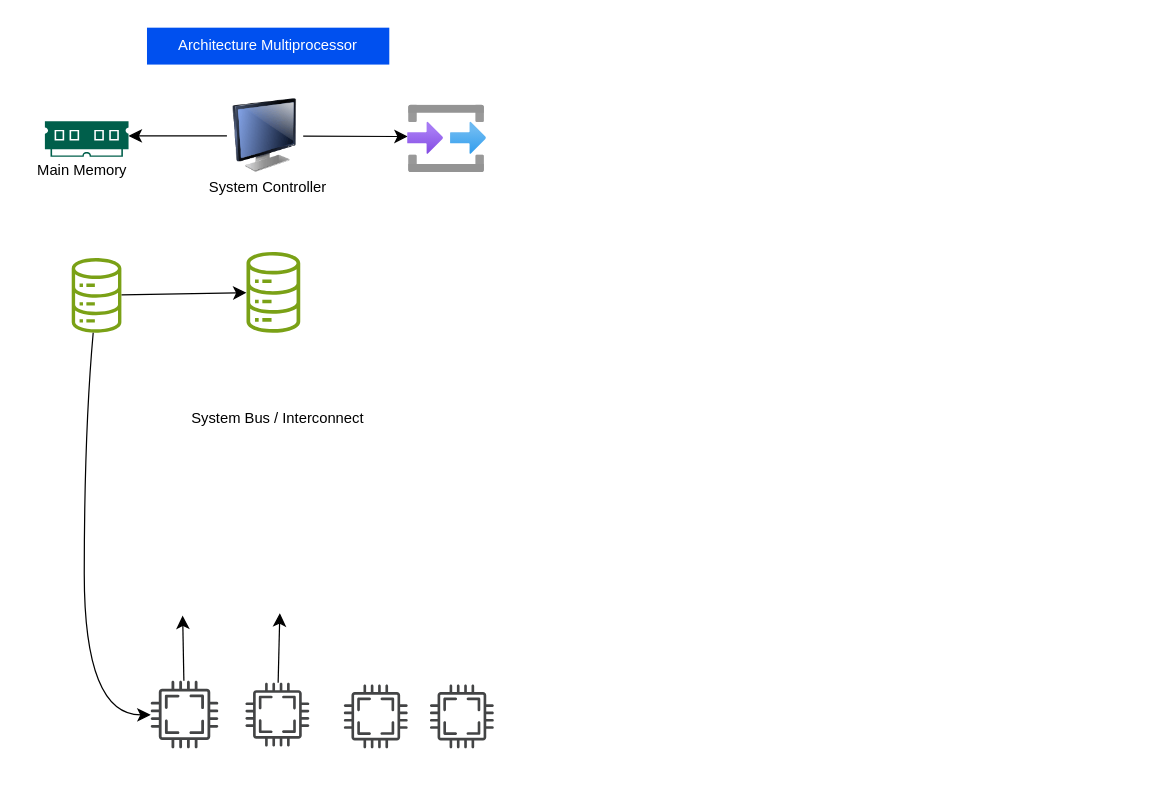
The draw.io diagram Arsitektur Multiple Prosesor dan Multiprosesor Symmetric.drawio in MuhammadReikiSaputra/Arsitektur-Multiple-Prosesor-dan-Multiprosesor-Symmetric, before the edit. Source tidied: cells renumbered, new cells numbered last; positions are measured from the earlier drawing's top-left corner, leaving out a move shared by most shapes. Both pictures are drawn from the tidied source at 123%, with x=0, y=0 at pixel (21, 27).
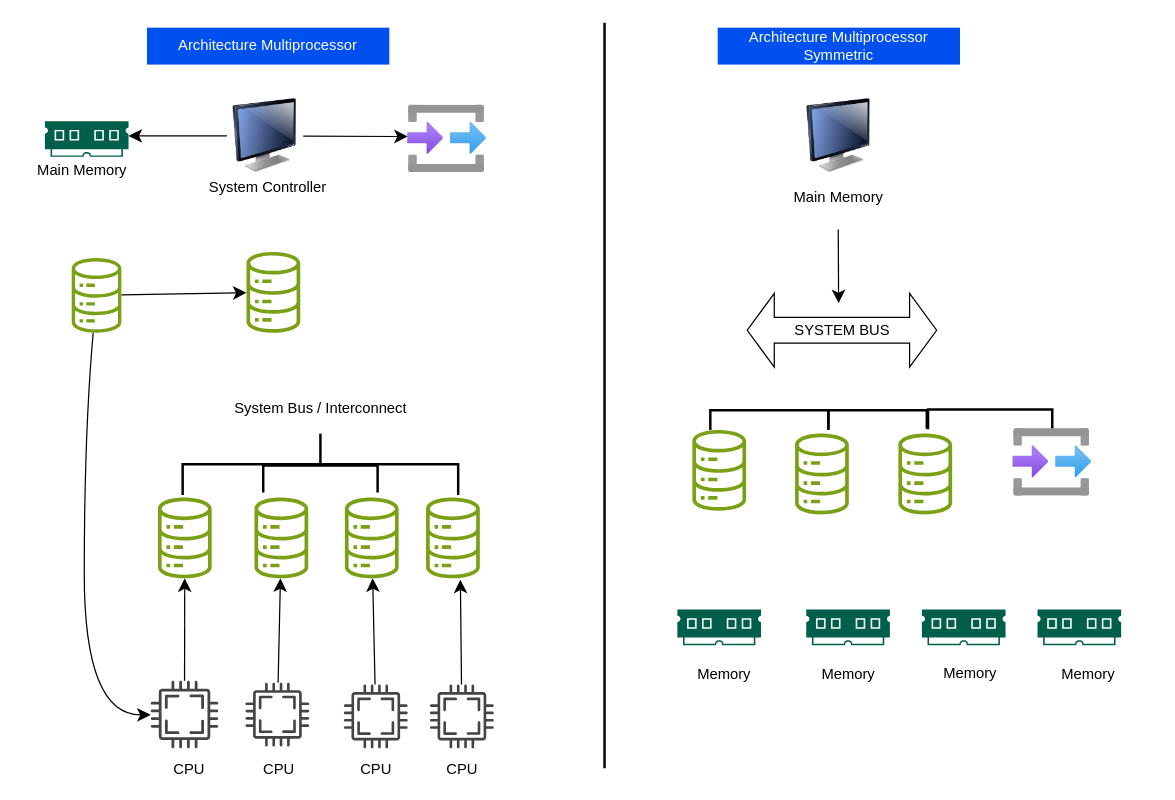
The same page after the edit.

Unchanged cells that the change refers to:
```xml
<mxCell id="14" style="sketch=0;shadow=0;dashed=0;html=1;strokeColor=none;fillColor=#434445;labelPosition=center;verticalLabelPosition=bottom;verticalAlign=top;align=center;outlineConnect=0;shape=mxgraph.vvd.cpu;" parent="1" vertex="1">
  <mxGeometry x="105" y="531" width="55" height="55" as="geometry" />
</mxCell>
<mxCell id="18" style="sketch=0;shadow=0;dashed=0;html=1;strokeColor=none;fillColor=#434445;labelPosition=center;verticalLabelPosition=bottom;verticalAlign=top;align=center;outlineConnect=0;shape=mxgraph.vvd.cpu;" parent="1" vertex="1">
  <mxGeometry x="182" y="532.5" width="52" height="52" as="geometry" />
</mxCell>
<mxCell id="19" style="sketch=0;shadow=0;dashed=0;html=1;strokeColor=none;fillColor=#434445;labelPosition=center;verticalLabelPosition=bottom;verticalAlign=top;align=center;outlineConnect=0;shape=mxgraph.vvd.cpu;" parent="1" vertex="1">
  <mxGeometry x="262" y="534" width="52" height="52" as="geometry" />
</mxCell>
<mxCell id="20" style="sketch=0;shadow=0;dashed=0;html=1;strokeColor=none;fillColor=#434445;labelPosition=center;verticalLabelPosition=bottom;verticalAlign=top;align=center;outlineConnect=0;shape=mxgraph.vvd.cpu;" parent="1" vertex="1">
  <mxGeometry x="332" y="534" width="52" height="52" as="geometry" />
</mxCell>
```

The edit, as a diff of the source:
```diff
@@
     <mxCell id="15" value="System Bus / Interconnect" style="text;html=1;align=center;verticalAlign=middle;whiteSpace=wrap;rounded=0;" parent="1" vertex="1">
-      <mxGeometry x="116.5" y="307" width="183" height="22" as="geometry" />
+      <mxGeometry x="151.5" y="299" width="183" height="22" as="geometry" />
     </mxCell>
-    <mxCell id="16" style="edgeStyle=none;curved=1;rounded=0;jettySize=auto;html=1;fontSize=12;startSize=8;endSize=8;" parent="1" edge="1" source="14">
-      <mxGeometry relative="1" as="geometry">
-        <mxPoint x="131" y="478" as="targetPoint" />
-      </mxGeometry>
+    <mxCell id="16" style="edgeStyle=none;curved=1;rounded=0;jettySize=auto;html=1;fontSize=12;startSize=8;endSize=8;" parent="1" edge="1" source="14" target="27">
+      <mxGeometry relative="1" as="geometry" />
     </mxCell>
-    <mxCell id="17" style="edgeStyle=none;curved=1;rounded=0;jettySize=auto;html=1;fontSize=12;startSize=8;endSize=8;" parent="1" edge="1" source="18">
-      <mxGeometry relative="1" as="geometry">
-        <mxPoint x="210" y="476" as="targetPoint" />
-      </mxGeometry>
+    <mxCell id="17" style="edgeStyle=none;curved=1;rounded=0;jettySize=auto;html=1;fontSize=12;startSize=8;endSize=8;" parent="1" edge="1" source="18" target="28">
+      <mxGeometry relative="1" as="geometry" />
     </mxCell>
@@
+    <mxCell id="21" style="edgeStyle=none;curved=1;rounded=0;jettySize=auto;html=1;fontSize=12;startSize=8;endSize=8;" parent="1" edge="1" source="19" target="29">
+      <mxGeometry relative="1" as="geometry" />
+    </mxCell>
@@
+    <mxCell id="22" style="edgeStyle=none;curved=1;rounded=0;jettySize=auto;html=1;fontSize=12;startSize=8;endSize=8;entryX=0.638;entryY=1.016;entryDx=0;entryDy=0;entryPerimeter=0;" parent="1" edge="1" source="20" target="30">
+      <mxGeometry relative="1" as="geometry" />
+    </mxCell>
@@
+    <mxCell id="23" value="CPU" style="text;html=1;align=center;verticalAlign=middle;whiteSpace=wrap;rounded=0;" parent="1" vertex="1">
+      <mxGeometry x="116.5" y="595" width="39" height="16" as="geometry" />
+    </mxCell>
+    <mxCell id="24" value="CPU" style="text;html=1;align=center;verticalAlign=middle;whiteSpace=wrap;rounded=0;" parent="1" vertex="1">
+      <mxGeometry x="190" y="595" width="39" height="16" as="geometry" />
+    </mxCell>
+    <mxCell id="25" value="CPU" style="text;html=1;align=center;verticalAlign=middle;whiteSpace=wrap;rounded=0;" parent="1" vertex="1">
+      <mxGeometry x="268.5" y="595" width="39" height="16" as="geometry" />
+    </mxCell>
+    <mxCell id="26" value="CPU" style="text;html=1;align=center;verticalAlign=middle;whiteSpace=wrap;rounded=0;" parent="1" vertex="1">
+      <mxGeometry x="338.5" y="595" width="39" height="16" as="geometry" />
+    </mxCell>
+    <mxCell id="27" style="sketch=0;outlineConnect=0;fontColor=#232F3E;gradientColor=none;fillColor=#7AA116;strokeColor=none;dashed=0;verticalLabelPosition=bottom;verticalAlign=top;align=center;html=1;fontSize=12;fontStyle=0;shape=mxgraph.aws4.iot_analytics_data_store;" parent="1" vertex="1">
+      <mxGeometry x="110" y="382" width="45.5" height="65.7" as="geometry" />
+    </mxCell>
+    <mxCell id="28" style="sketch=0;outlineConnect=0;fontColor=#232F3E;gradientColor=none;fillColor=#7AA116;strokeColor=none;dashed=0;verticalLabelPosition=bottom;verticalAlign=top;align=center;html=1;fontSize=12;fontStyle=0;shape=mxgraph.aws4.iot_analytics_data_store;" parent="1" vertex="1">
+      <mxGeometry x="188.5" y="382" width="45.5" height="65.7" as="geometry" />
+    </mxCell>
+    <mxCell id="29" style="sketch=0;outlineConnect=0;fontColor=#232F3E;gradientColor=none;fillColor=#7AA116;strokeColor=none;dashed=0;verticalLabelPosition=bottom;verticalAlign=top;align=center;html=1;fontSize=12;fontStyle=0;shape=mxgraph.aws4.iot_analytics_data_store;" parent="1" vertex="1">
+      <mxGeometry x="262" y="382" width="45.5" height="65.7" as="geometry" />
+    </mxCell>
+    <mxCell id="30" style="sketch=0;outlineConnect=0;fontColor=#232F3E;gradientColor=none;fillColor=#7AA116;strokeColor=none;dashed=0;verticalLabelPosition=bottom;verticalAlign=top;align=center;html=1;fontSize=12;fontStyle=0;shape=mxgraph.aws4.iot_analytics_data_store;" parent="1" vertex="1">
+      <mxGeometry x="328" y="382" width="45.5" height="65.7" as="geometry" />
+    </mxCell>
+    <mxCell id="31" style="strokeWidth=2;html=1;shape=mxgraph.flowchart.annotation_2;align=left;labelPosition=right;direction=south;" parent="1" vertex="1">
+      <mxGeometry x="131" y="330" width="224" height="50" as="geometry" />
+    </mxCell>
+    <mxCell id="32" style="strokeWidth=2;html=1;shape=mxgraph.flowchart.annotation_1;align=left;direction=south;" parent="1" vertex="1">
+      <mxGeometry x="196.5" y="356" width="93" height="22" as="geometry" />
+    </mxCell>
+    <mxCell id="33" style="line;strokeWidth=2;direction=south;html=1;" parent="1" vertex="1">
+      <mxGeometry x="469" y="-4" width="10" height="606" as="geometry" />
+    </mxCell>
+    <mxCell id="34" value="Architecture Multiprocessor Symmetric" style="text;html=1;align=center;verticalAlign=middle;whiteSpace=wrap;rounded=0;labelBackgroundColor=none;fillColor=#0050ef;strokeColor=none;fontColor=#ffffff;" parent="1" vertex="1">
+      <mxGeometry x="566" width="197" height="30" as="geometry" />
+    </mxCell>
+    <mxCell id="35" style="edgeStyle=none;curved=1;rounded=0;orthogonalLoop=1;jettySize=auto;html=1;fontSize=12;startSize=8;endSize=8;" parent="1" edge="1">
+      <mxGeometry relative="1" as="geometry">
+        <mxPoint x="664" y="164" as="sourcePoint" />
+        <mxPoint x="664.3" y="224" as="targetPoint" />
+      </mxGeometry>
+    </mxCell>
+    <mxCell id="36" style="image;html=1;image=img/lib/clip_art/computers/Monitor_128x128.png;" parent="1" vertex="1">
+      <mxGeometry x="633.5" y="58" width="62" height="60" as="geometry" />
+    </mxCell>
+    <mxCell id="37" value="Main Memory" style="text;html=1;align=center;verticalAlign=middle;whiteSpace=wrap;rounded=0;" parent="1" vertex="1">
+      <mxGeometry x="611" y="130" width="107" height="16" as="geometry" />
+    </mxCell>
+    <mxCell id="38" value="SYSTEM BUS" style="html=1;shadow=0;dashed=0;align=center;verticalAlign=middle;shape=mxgraph.arrows2.twoWayArrow;dy=0.65;dx=22;" parent="1" vertex="1">
+      <mxGeometry x="590" y="216" width="154" height="60" as="geometry" />
+    </mxCell>
+    <mxCell id="39" style="sketch=0;fontColor=#232F3E;gradientColor=none;fillColor=#7AA116;strokeColor=none;dashed=0;verticalLabelPosition=bottom;verticalAlign=top;align=center;html=1;fontSize=12;fontStyle=0;shape=mxgraph.aws4.iot_analytics_data_store;" parent="1" vertex="1">
+      <mxGeometry x="544.5" y="327" width="45.5" height="65.7" as="geometry" />
+    </mxCell>
+    <mxCell id="40" style="sketch=0;fontColor=#232F3E;gradientColor=none;fillColor=#7AA116;strokeColor=none;dashed=0;verticalLabelPosition=bottom;verticalAlign=top;align=center;html=1;fontSize=12;fontStyle=0;shape=mxgraph.aws4.iot_analytics_data_store;" parent="1" vertex="1">
+      <mxGeometry x="628" y="330" width="45.5" height="65.7" as="geometry" />
+    </mxCell>
+    <mxCell id="41" style="sketch=0;fontColor=#232F3E;gradientColor=none;fillColor=#7AA116;strokeColor=none;dashed=0;verticalLabelPosition=bottom;verticalAlign=top;align=center;html=1;fontSize=12;fontStyle=0;shape=mxgraph.aws4.iot_analytics_data_store;" parent="1" vertex="1">
+      <mxGeometry x="712" y="330" width="45.5" height="65.7" as="geometry" />
+    </mxCell>
+    <mxCell id="42" style="strokeWidth=2;html=1;shape=mxgraph.flowchart.annotation_1;align=left;direction=south;" parent="1" vertex="1">
+      <mxGeometry x="656" y="311" width="80" height="15" as="geometry" />
+    </mxCell>
+    <mxCell id="43" style="strokeWidth=2;html=1;shape=mxgraph.flowchart.annotation_1;align=left;direction=south;" parent="1" vertex="1">
+      <mxGeometry x="560" y="311" width="96" height="16" as="geometry" />
+    </mxCell>
+    <mxCell id="44" style="strokeWidth=2;html=1;shape=mxgraph.flowchart.annotation_1;align=left;direction=south;" parent="1" vertex="1">
+      <mxGeometry x="737" y="310.5" width="101" height="16" as="geometry" />
+    </mxCell>
+    <mxCell id="45" style="sketch=0;shadow=0;dashed=0;html=1;strokeColor=none;fillColor=#005F4B;labelPosition=center;verticalLabelPosition=bottom;verticalAlign=top;align=center;shape=mxgraph.veeam2.ram;" parent="1" vertex="1">
+      <mxGeometry x="533.2" y="473" width="68" height="29" as="geometry" />
+    </mxCell>
+    <mxCell id="46" style="sketch=0;shadow=0;dashed=0;html=1;strokeColor=none;fillColor=#005F4B;labelPosition=center;verticalLabelPosition=bottom;verticalAlign=top;align=center;shape=mxgraph.veeam2.ram;" parent="1" vertex="1">
+      <mxGeometry x="638" y="473" width="68" height="29" as="geometry" />
+    </mxCell>
+    <mxCell id="47" style="sketch=0;shadow=0;dashed=0;html=1;strokeColor=none;fillColor=#005F4B;labelPosition=center;verticalLabelPosition=bottom;verticalAlign=top;align=center;shape=mxgraph.veeam2.ram;" parent="1" vertex="1">
+      <mxGeometry x="732" y="473" width="68" height="29" as="geometry" />
+    </mxCell>
+    <mxCell id="48" style="sketch=0;shadow=0;dashed=0;html=1;strokeColor=none;fillColor=#005F4B;labelPosition=center;verticalLabelPosition=bottom;verticalAlign=top;align=center;shape=mxgraph.veeam2.ram;" parent="1" vertex="1">
+      <mxGeometry x="826" y="473" width="68" height="29" as="geometry" />
+    </mxCell>
+    <mxCell id="49" value="Memory" style="text;html=1;align=center;verticalAlign=middle;whiteSpace=wrap;rounded=0;" parent="1" vertex="1">
+      <mxGeometry x="518" y="518" width="107" height="16" as="geometry" />
+    </mxCell>
+    <mxCell id="50" value="Memory" style="text;html=1;align=center;verticalAlign=middle;whiteSpace=wrap;rounded=0;" parent="1" vertex="1">
+      <mxGeometry x="618.5" y="518" width="107" height="16" as="geometry" />
+    </mxCell>
+    <mxCell id="51" value="Memory" style="text;html=1;align=center;verticalAlign=middle;whiteSpace=wrap;rounded=0;" parent="1" vertex="1">
+      <mxGeometry x="718" y="516.5" width="107" height="16" as="geometry" />
+    </mxCell>
+    <mxCell id="52" value="Memory" style="text;html=1;align=center;verticalAlign=middle;whiteSpace=wrap;rounded=0;" parent="1" vertex="1">
+      <mxGeometry x="814" y="518" width="107" height="16" as="geometry" />
+    </mxCell>
+    <mxCell id="53" style="image;html=1;align=center;fontSize=12;image=img/lib/azure2/general/Input_Output.svg;" parent="1" vertex="1">
+      <mxGeometry x="806" y="326" width="64" height="55" as="geometry" />
+    </mxCell>
```
